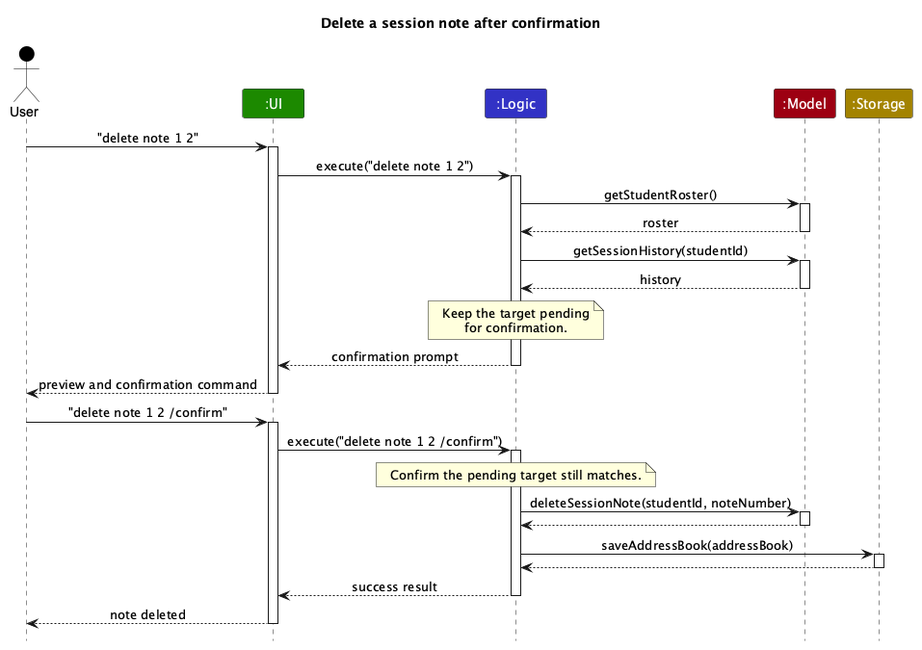
Above: docs/images/DeleteSessionNoteSequenceDiagram.png in AY2627S1-CS2103T-F09-1/tp (PlantUML), before the change.
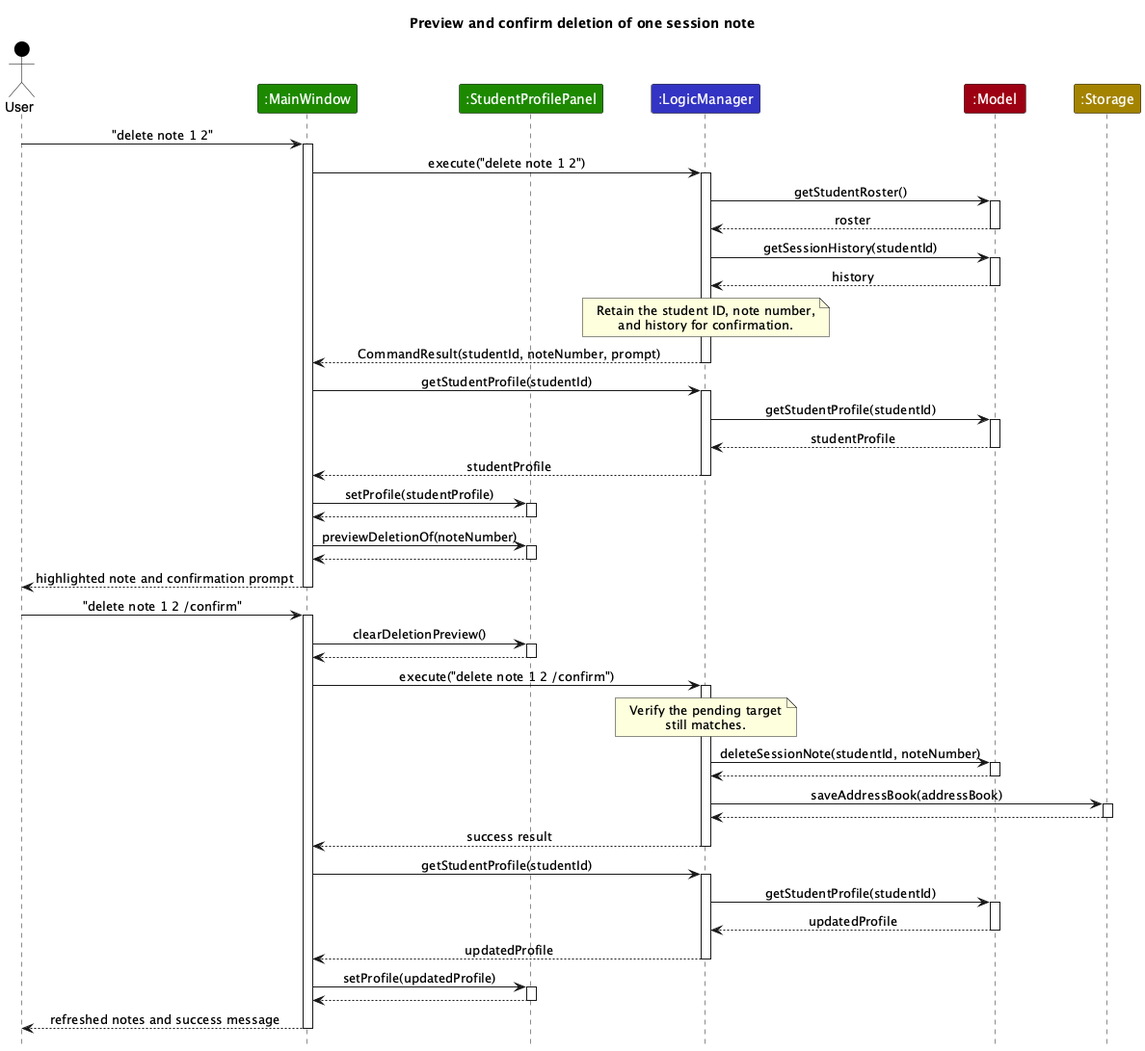
After the change.

Commit message:
Document targeted note deletion preview

Diff of the diagram source:
```diff
@@ -2,17 +2,18 @@
 !include style.puml
 skinparam ArrowFontStyle plain
 
-title Delete a session note after confirmation
+title Preview and confirm deletion of one session note
 
 actor User as user USER_COLOR
-participant ":UI" as ui UI_COLOR
-participant ":Logic" as logic LOGIC_COLOR
+participant ":MainWindow" as window UI_COLOR
+participant ":StudentProfilePanel" as profile UI_COLOR
+participant ":LogicManager" as logic LOGIC_COLOR
 participant ":Model" as model MODEL_COLOR
 participant ":Storage" as storage STORAGE_COLOR
 
-user -> ui : "delete note 1 2"
-activate ui
-ui -> logic : execute("delete note 1 2")
+user -> window : "delete note 1 2"
+activate window
+window -> logic : execute("delete note 1 2")
 activate logic
 logic -> model : getStudentRoster()
 activate model
@@ -23,20 +24,41 @@
 model --> logic : history
 deactivate model
 note over logic
-  Keep the target pending
-  for confirmation.
+  Retain the student ID, note number,
+  and history for confirmation.
 end note
-logic --> ui : confirmation prompt
+logic --> window : CommandResult(studentId, noteNumber, prompt)
 deactivate logic
-ui --> user : preview and confirmation command
-deactivate ui
+window -> logic : getStudentProfile(studentId)
+activate logic
+logic -> model : getStudentProfile(studentId)
+activate model
+model --> logic : studentProfile
+deactivate model
+logic --> window : studentProfile
+deactivate logic
+window -> profile : setProfile(studentProfile)
+activate profile
+profile --> window
+deactivate profile
+window -> profile : previewDeletionOf(noteNumber)
+activate profile
+profile --> window
+deactivate profile
+window --> user : highlighted note and confirmation prompt
+deactivate window
 
-user -> ui : "delete note 1 2 /confirm"
-activate ui
-ui -> logic : execute("delete note 1 2 /confirm")
+user -> window : "delete note 1 2 /confirm"
+activate window
+window -> profile : clearDeletionPreview()
+activate profile
+profile --> window
+deactivate profile
+window -> logic : execute("delete note 1 2 /confirm")
 activate logic
 note over logic
-  Confirm the pending target still matches.
+  Verify the pending target
+  still matches.
 end note
 logic -> model : deleteSessionNote(studentId, noteNumber)
 activate model
@@ -46,8 +68,20 @@
 activate storage
 storage --> logic
 deactivate storage
-logic --> ui : success result
+logic --> window : success result
 deactivate logic
-ui --> user : note deleted
-deactivate ui
+window -> logic : getStudentProfile(studentId)
+activate logic
+logic -> model : getStudentProfile(studentId)
+activate model
+model --> logic : updatedProfile
+deactivate model
+logic --> window : updatedProfile
+deactivate logic
+window -> profile : setProfile(updatedProfile)
+activate profile
+profile --> window
+deactivate profile
+window --> user : refreshed notes and success message
+deactivate window
 @enduml
```
